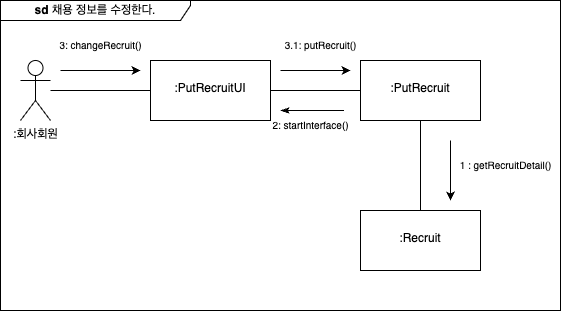
This is Homework2/CommunicationDiagram/채용 수정.png from THLcode/SoftwareEngineering, a draw.io export, as it was before one commit. Source tidied: cells renumbered, new cells last; positions are measured from the earlier drawing's top-left corner, leaving out a move shared by most shapes. Its diagram source:
```xml
<mxGraphModel background="#ffffff">
  <root>
    <mxCell id="0" />
    <mxCell id="1" parent="0" />
    <mxCell id="2" style="edgeStyle=orthogonalEdgeStyle;rounded=0;jettySize=auto;html=1;endArrow=none;endFill=0;" parent="1" edge="1" source="3" target="5">
      <mxGeometry relative="1" as="geometry" />
    </mxCell>
    <mxCell id="3" value=":회사회원" style="shape=umlActor;verticalLabelPosition=bottom;verticalAlign=top;html=1;outlineConnect=0;" parent="1" vertex="1">
      <mxGeometry x="20" y="60" width="30" height="60" as="geometry" />
    </mxCell>
    <mxCell id="4" style="edgeStyle=orthogonalEdgeStyle;rounded=0;jettySize=auto;html=1;endArrow=none;endFill=0;" parent="1" edge="1" source="5" target="7">
      <mxGeometry relative="1" as="geometry" />
    </mxCell>
    <mxCell id="5" value="&lt;br&gt;:PutRecruitUI" style="whiteSpace=wrap;html=1;verticalAlign=top;" parent="1" vertex="1">
      <mxGeometry x="150" y="60" width="120" height="60" as="geometry" />
    </mxCell>
    <mxCell id="6" style="edgeStyle=orthogonalEdgeStyle;rounded=0;jettySize=auto;html=1;endArrow=none;endFill=0;" parent="1" edge="1" source="7" target="10">
      <mxGeometry relative="1" as="geometry" />
    </mxCell>
    <mxCell id="7" value="&lt;br&gt;:PutRecruit" style="whiteSpace=wrap;html=1;verticalAlign=top;" parent="1" vertex="1">
      <mxGeometry x="360" y="60" width="120" height="60" as="geometry" />
    </mxCell>
    <mxCell id="8" style="endArrow=none;html=1;rounded=0;endFill=0;startArrow=classicThin;startFill=1;" parent="1" edge="1">
      <mxGeometry relative="1" as="geometry">
        <mxPoint x="280" y="110" as="sourcePoint" />
        <mxPoint x="343.5" y="110" as="targetPoint" />
      </mxGeometry>
    </mxCell>
    <mxCell id="9" value="&lt;font style=&quot;font-size: 10px;&quot;&gt;2: startInterface()&lt;/font&gt;" style="text;html=1;align=center;verticalAlign=middle;strokeColor=none;fillColor=none;" parent="1" vertex="1">
      <mxGeometry x="260" y="110" width="100" height="30" as="geometry" />
    </mxCell>
    <mxCell id="10" value="&lt;br&gt;:Recruit" style="whiteSpace=wrap;html=1;verticalAlign=top;" parent="1" vertex="1">
      <mxGeometry x="360" y="210" width="120" height="60" as="geometry" />
    </mxCell>
    <mxCell id="11" value="&lt;font style=&quot;font-size: 10px;&quot;&gt;3: changeRecruit()&lt;/font&gt;" style="text;html=1;align=center;verticalAlign=middle;strokeColor=none;fillColor=none;" parent="1" vertex="1">
      <mxGeometry x="45" y="30" width="110" height="30" as="geometry" />
    </mxCell>
    <mxCell id="12" style="endArrow=classic;html=1;rounded=0;" parent="1" edge="1">
      <mxGeometry relative="1" as="geometry">
        <mxPoint x="60" y="70" as="sourcePoint" />
        <mxPoint x="140" y="70" as="targetPoint" />
      </mxGeometry>
    </mxCell>
    <mxCell id="13" value="&lt;font style=&quot;font-size: 10px;&quot;&gt;3.1: putRecruit()&lt;/font&gt;" style="text;html=1;align=center;verticalAlign=middle;strokeColor=none;fillColor=none;" parent="1" vertex="1">
      <mxGeometry x="270" y="30" width="100" height="30" as="geometry" />
    </mxCell>
    <mxCell id="14" style="endArrow=classic;html=1;rounded=0;" parent="1" edge="1">
      <mxGeometry relative="1" as="geometry">
        <mxPoint x="280" y="70" as="sourcePoint" />
        <mxPoint x="350" y="70" as="targetPoint" />
      </mxGeometry>
    </mxCell>
    <mxCell id="15" value="&lt;font style=&quot;font-size: 10px;&quot;&gt;1 : getRecruitDetail()&lt;/font&gt;" style="text;html=1;align=center;verticalAlign=middle;strokeColor=none;fillColor=none;" parent="1" vertex="1">
      <mxGeometry x="445" y="150" width="120" height="30" as="geometry" />
    </mxCell>
    <mxCell id="16" style="endArrow=classic;html=1;rounded=0;" parent="1" edge="1">
      <mxGeometry relative="1" as="geometry">
        <mxPoint x="450" y="140" as="sourcePoint" />
        <mxPoint x="450" y="200" as="targetPoint" />
      </mxGeometry>
    </mxCell>
    <mxCell id="17" value="&lt;b&gt;sd &lt;/b&gt;채용 정보를 수정한다." style="shape=umlFrame;whiteSpace=wrap;html=1;width=190;height=20;" parent="1" vertex="1">
      <mxGeometry width="560" height="310" as="geometry" />
    </mxCell>
  </root>
</mxGraphModel>
```
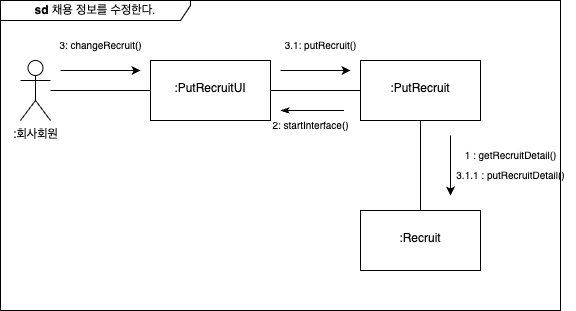
After the change.

What changed in the source:
```diff
@@ -51,16 +51,19 @@
       </mxGeometry>
     </mxCell>
     <mxCell id="15" value="&lt;font style=&quot;font-size: 10px;&quot;&gt;1 : getRecruitDetail()&lt;/font&gt;" style="text;html=1;align=center;verticalAlign=middle;strokeColor=none;fillColor=none;" parent="1" vertex="1">
-      <mxGeometry x="445" y="150" width="120" height="30" as="geometry" />
+      <mxGeometry x="450" y="140" width="120" height="30" as="geometry" />
     </mxCell>
     <mxCell id="16" style="endArrow=classic;html=1;rounded=0;" parent="1" edge="1">
       <mxGeometry relative="1" as="geometry">
-        <mxPoint x="450" y="140" as="sourcePoint" />
-        <mxPoint x="450" y="200" as="targetPoint" />
+        <mxPoint x="450" y="135" as="sourcePoint" />
+        <mxPoint x="450" y="195" as="targetPoint" />
       </mxGeometry>
     </mxCell>
     <mxCell id="17" value="&lt;b&gt;sd &lt;/b&gt;채용 정보를 수정한다." style="shape=umlFrame;whiteSpace=wrap;html=1;width=190;height=20;" parent="1" vertex="1">
       <mxGeometry width="560" height="310" as="geometry" />
     </mxCell>
+    <mxCell id="18" value="&lt;font style=&quot;font-size: 10px;&quot;&gt;3.1.1 : putRecruitDetail()&lt;/font&gt;" style="text;html=1;align=center;verticalAlign=middle;strokeColor=none;fillColor=none;" parent="1" vertex="1">
+      <mxGeometry x="445" y="160" width="130" height="30" as="geometry" />
+    </mxCell>
   </root>
 </mxGraphModel>
```
